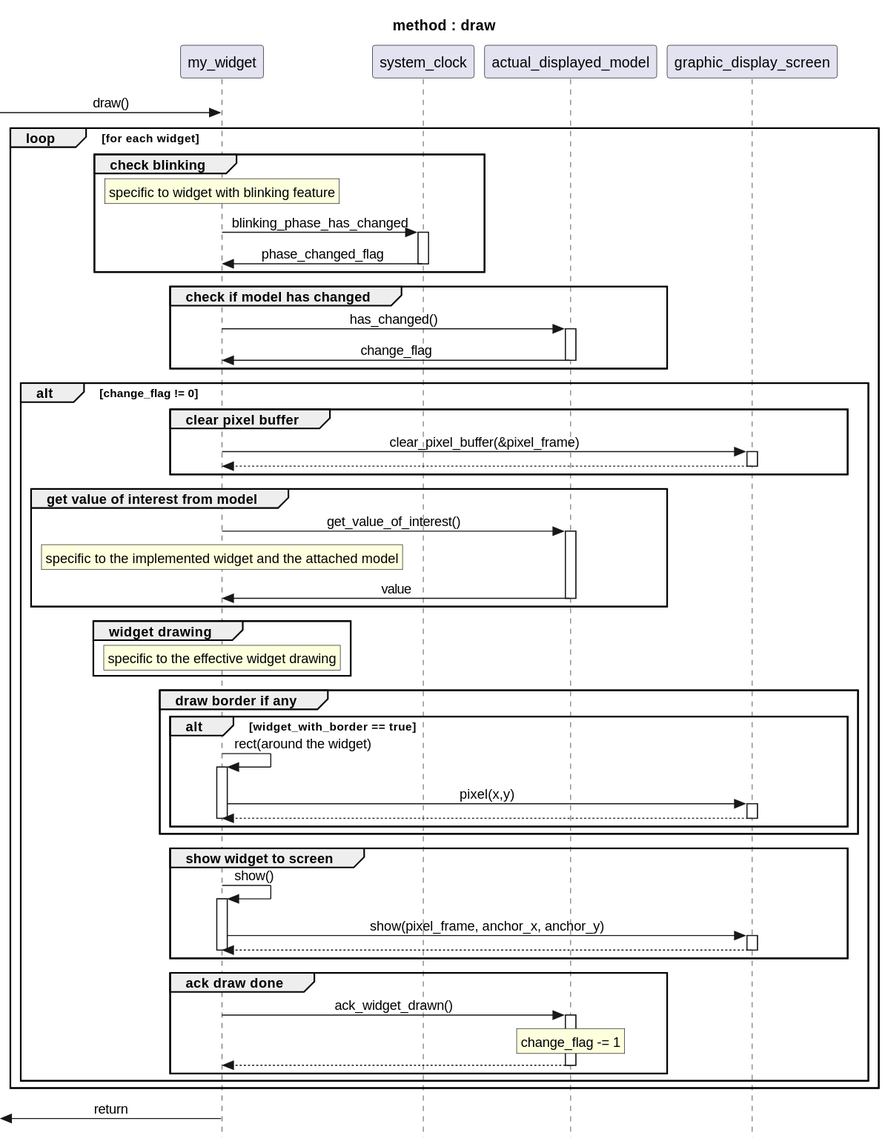
Before: docs/resource/draw.svg, a diagram exported from PlantUML (xiansnn/CPP_DevKit2). Its diagram source:
```plantuml
@startuml
title method : draw
skinparam style strictuml
skinparam SequenceMessageAlignment center

[-> my_widget : draw()

loop for each widget
group check blinking
rnote over my_widget : specific to widget with blinking feature
my_widget -> system_clock++ : blinking_phase_has_changed
my_widget <- system_clock-- : phase_changed_flag
end


group check if model has changed
actual_displayed_model <- my_widget ++: has_changed()
actual_displayed_model -> my_widget --: change_flag
end
alt change_flag != 0

group clear pixel buffer
my_widget -> graphic_display_screen ++: clear_pixel_buffer(&pixel_frame)
return
end
group get value of interest from model
actual_displayed_model <- my_widget ++: get_value_of_interest()
rnote over my_widget : specific to the implemented widget and the attached model
actual_displayed_model -> my_widget --: value
end
group widget drawing
rnote over my_widget : specific to the effective widget drawing
end

group draw border if any
alt widget_with_border == true
my_widget -> my_widget ++: rect(around the widget)
my_widget -> graphic_display_screen ++: pixel(x,y)
return
deactivate my_widget
end
end
group show widget to screen
my_widget-> my_widget ++ : show()
my_widget -> graphic_display_screen ++: show(pixel_frame, anchor_x, anchor_y)
return
deactivate my_widget
end

group ack draw done
my_widget -> actual_displayed_model ++: ack_widget_drawn()
rnote over actual_displayed_model : change_flag -= 1
return
end
end
end
[<- my_widget: return
@enduml
```
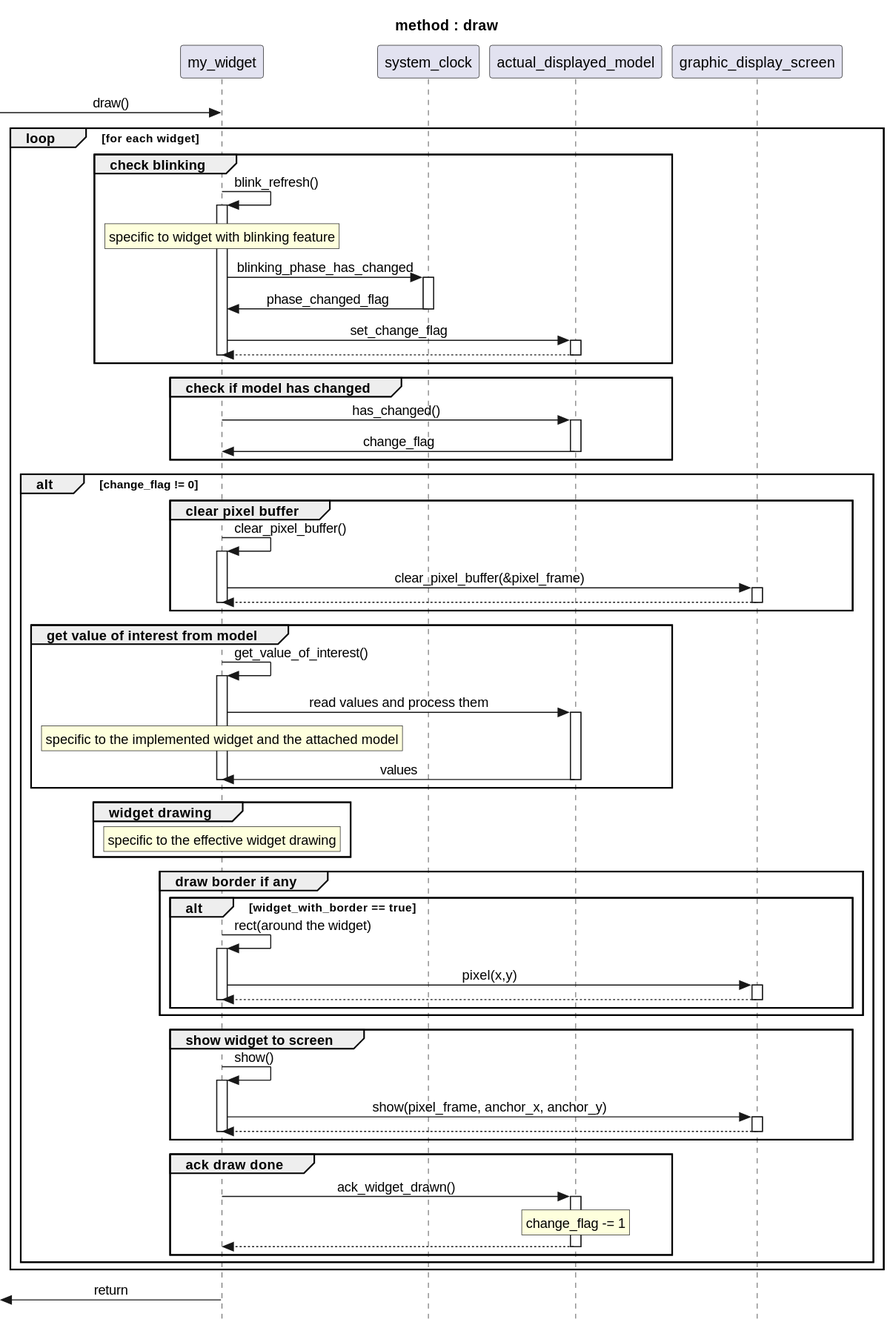
The same diagram one commit later.

The edit, as a diff of the source:
```diff
@@ -7,9 +7,13 @@
 
 loop for each widget
 group check blinking
+my_widget -> my_widget ++ : blink_refresh()
 rnote over my_widget : specific to widget with blinking feature
-my_widget -> system_clock++ : blinking_phase_has_changed
-my_widget <- system_clock-- : phase_changed_flag
+my_widget -> system_clock ++ : blinking_phase_has_changed
+my_widget <- system_clock --: phase_changed_flag
+my_widget -> actual_displayed_model ++ : set_change_flag
+return
+deactivate my_widget
 end
 
 
@@ -20,13 +24,17 @@
 alt change_flag != 0
 
 group clear pixel buffer
+my_widget -> my_widget ++: clear_pixel_buffer()
 my_widget -> graphic_display_screen ++: clear_pixel_buffer(&pixel_frame)
 return
+deactivate my_widget
 end
 group get value of interest from model
-actual_displayed_model <- my_widget ++: get_value_of_interest()
+my_widget->my_widget ++: get_value_of_interest()
+actual_displayed_model <- my_widget ++: read values and process them
 rnote over my_widget : specific to the implemented widget and the attached model
-actual_displayed_model -> my_widget --: value
+actual_displayed_model -> my_widget --: values
+deactivate my_widget
 end
 group widget drawing
 rnote over my_widget : specific to the effective widget drawing
```
